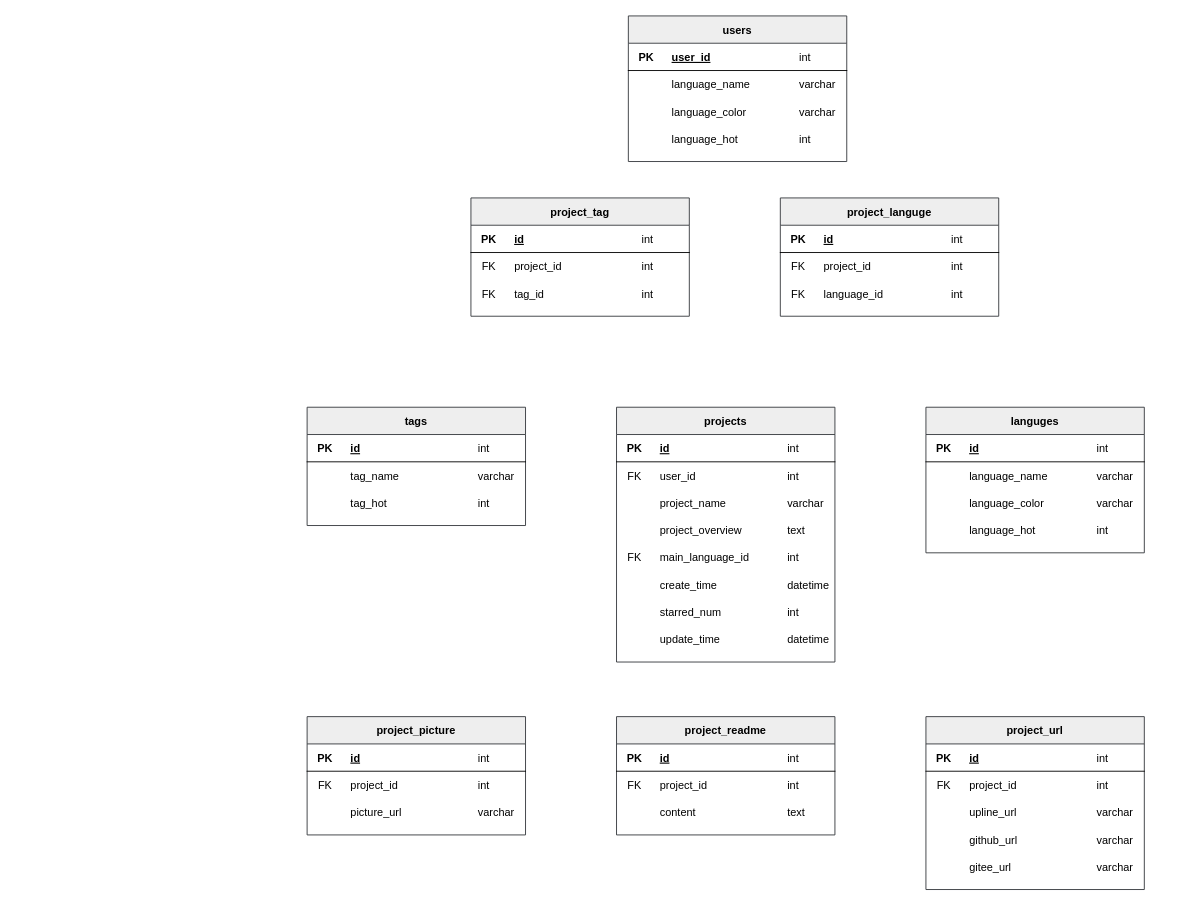
This is E-RDiagram.drawio from zhouxusoft/ProjectDisplayPlatform, a draw.io file, before an edit. Source tidied: cells renumbered, new cells numbered last; positions are measured from the earlier drawing's top-left corner, leaving out a move shared by most shapes. Both pictures are drawn from the tidied source at 91%, with x=0, y=0 at pixel (307, 15).
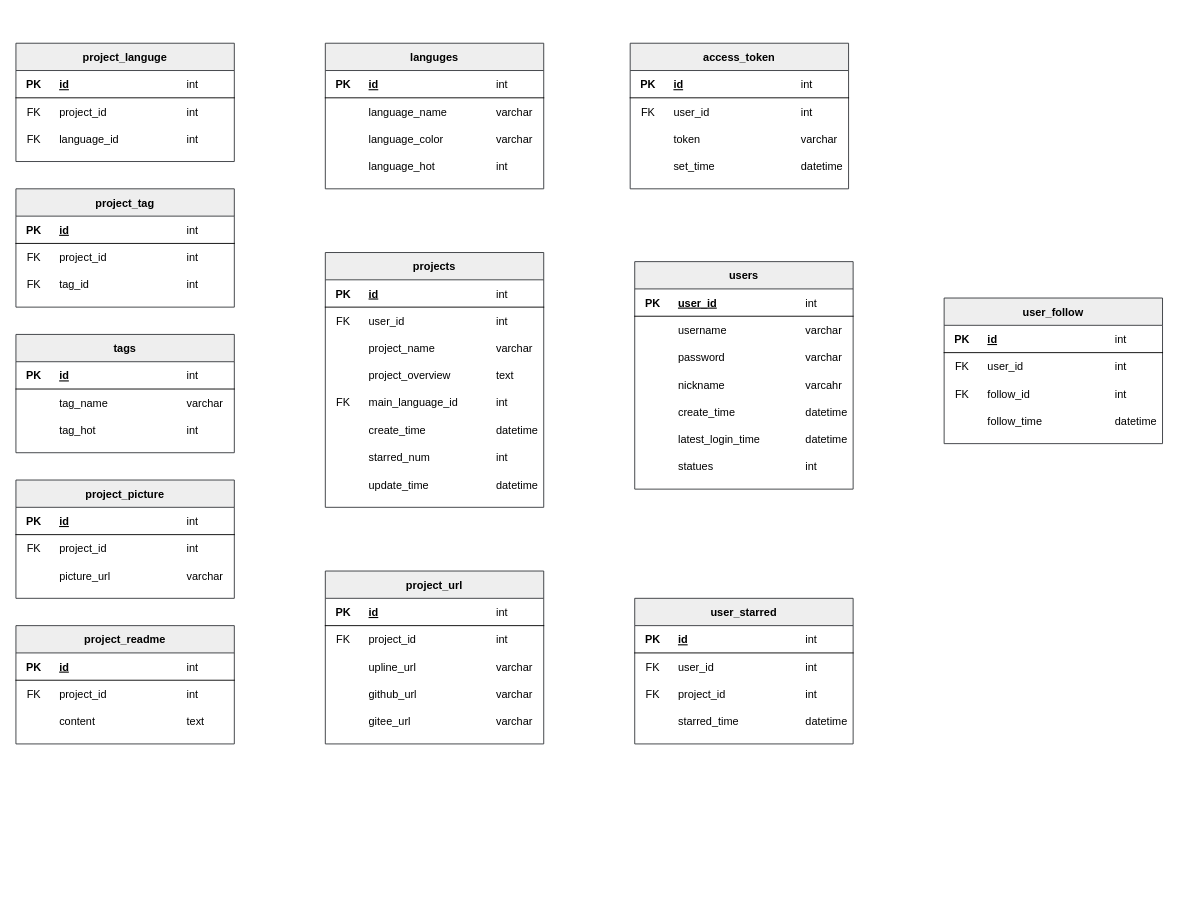
The same diagram, later.

Commit message (it also covers changes not shown here):
新增一张表

The change refers to these unchanged cells:
```xml
<mxCell id="143" style="shape=partialRectangle;fillColor=none;top=0;left=0;right=0;bottom=0;" parent="138" vertex="1">
  <mxGeometry y="60" width="240" height="30" as="geometry" />
</mxCell>
<mxCell id="147" style="shape=partialRectangle;fillColor=none;top=0;left=0;right=0;bottom=0;" parent="138" vertex="1">
  <mxGeometry y="90" width="240" height="30" as="geometry" />
</mxCell>
<mxCell id="151" style="shape=partialRectangle;fillColor=none;top=0;left=0;right=0;bottom=0;" parent="138" vertex="1">
  <mxGeometry y="120" width="240" height="30" as="geometry" />
</mxCell>
```

The edit, as a diff of the source:
```diff
@@
     <mxCell id="2" value="projects" style="shape=table;startSize=30;childLayout=tableLayout;rowLines=0;fontStyle=1;align=center;shadow=0;rounded=0;swimlaneLine=1;columnLines=0;labelBorderColor=none;bottom=1;left=1;right=1;fillStyle=auto;fillColor=#eeeeee;strokeColor=#36393d;" parent="1" vertex="1">
-      <mxGeometry x="340" y="430" width="240" height="280" as="geometry" />
+      <mxGeometry x="20" y="260" width="240" height="280" as="geometry" />
     </mxCell>
@@
     <mxCell id="35" value="tags" style="shape=table;startSize=30;childLayout=tableLayout;rowLines=0;fontStyle=1;align=center;shadow=0;rounded=0;swimlaneLine=1;columnLines=0;labelBorderColor=none;bottom=1;left=1;right=1;fillStyle=auto;fillColor=#eeeeee;strokeColor=#36393d;" parent="1" vertex="1">
-      <mxGeometry y="430" width="240" height="130" as="geometry" />
+      <mxGeometry x="-320" y="350" width="240" height="130" as="geometry" />
     </mxCell>
@@
     <mxCell id="48" value="languges" style="shape=table;startSize=30;childLayout=tableLayout;rowLines=0;fontStyle=1;align=center;shadow=0;rounded=0;swimlaneLine=1;columnLines=0;labelBorderColor=none;bottom=1;left=1;right=1;fillStyle=auto;fillColor=#eeeeee;strokeColor=#36393d;" parent="1" vertex="1">
-      <mxGeometry x="680" y="430" width="240" height="160" as="geometry" />
+      <mxGeometry x="20" y="30" width="240" height="160" as="geometry" />
     </mxCell>
@@
     <mxCell id="65" value="project_tag" style="shape=table;startSize=30;childLayout=tableLayout;rowLines=0;fontStyle=1;align=center;shadow=0;rounded=0;swimlaneLine=1;columnLines=0;labelBorderColor=none;bottom=1;left=1;right=1;fillStyle=auto;fillColor=#eeeeee;strokeColor=#36393d;" parent="1" vertex="1">
-      <mxGeometry x="180" y="200" width="240" height="130" as="geometry" />
+      <mxGeometry x="-320" y="190" width="240" height="130" as="geometry" />
     </mxCell>
@@
     <mxCell id="78" value="project_languge" style="shape=table;startSize=30;childLayout=tableLayout;rowLines=0;fontStyle=1;align=center;shadow=0;rounded=0;swimlaneLine=1;columnLines=0;labelBorderColor=none;bottom=1;left=1;right=1;fillStyle=auto;fillColor=#eeeeee;strokeColor=#36393d;" parent="1" vertex="1">
-      <mxGeometry x="520" y="200" width="240" height="130" as="geometry" />
+      <mxGeometry x="-320" y="30" width="240" height="130" as="geometry" />
     </mxCell>
@@
     <mxCell id="91" value="project_url" style="shape=table;startSize=30;childLayout=tableLayout;rowLines=0;fontStyle=1;align=center;shadow=0;rounded=0;swimlaneLine=1;columnLines=0;labelBorderColor=none;bottom=1;left=1;right=1;fillStyle=auto;fillColor=#eeeeee;strokeColor=#36393d;" parent="1" vertex="1">
-      <mxGeometry x="680" y="770" width="240" height="190" as="geometry" />
+      <mxGeometry x="20" y="610" width="240" height="190" as="geometry" />
     </mxCell>
@@
     <mxCell id="112" value="project_readme" style="shape=table;startSize=30;childLayout=tableLayout;rowLines=0;fontStyle=1;align=center;shadow=0;rounded=0;swimlaneLine=1;columnLines=0;labelBorderColor=none;bottom=1;left=1;right=1;fillStyle=auto;fillColor=#eeeeee;strokeColor=#36393d;" parent="1" vertex="1">
-      <mxGeometry x="340" y="770" width="240" height="130" as="geometry" />
+      <mxGeometry x="-320" y="670" width="240" height="130" as="geometry" />
     </mxCell>
@@
     <mxCell id="125" value="project_picture" style="shape=table;startSize=30;childLayout=tableLayout;rowLines=0;fontStyle=1;align=center;shadow=0;rounded=0;swimlaneLine=1;columnLines=0;labelBorderColor=none;bottom=1;left=1;right=1;fillStyle=auto;fillColor=#eeeeee;strokeColor=#36393d;" parent="1" vertex="1">
-      <mxGeometry y="770" width="240" height="130" as="geometry" />
+      <mxGeometry x="-320" y="510" width="240" height="130" as="geometry" />
     </mxCell>
@@
     <mxCell id="138" value="users" style="shape=table;startSize=30;childLayout=tableLayout;rowLines=0;fontStyle=1;align=center;shadow=0;rounded=0;swimlaneLine=1;columnLines=0;labelBorderColor=none;bottom=1;left=1;right=1;fillStyle=auto;fillColor=#eeeeee;strokeColor=#36393d;" parent="1" vertex="1">
-      <mxGeometry x="353" width="240" height="160" as="geometry" />
+      <mxGeometry x="360" y="270" width="240" height="250" as="geometry" />
     </mxCell>
@@
-    <mxCell id="145" value="language_name" style="shape=partialRectangle;overflow=hidden;fillColor=none;top=0;left=0;bottom=0;right=0;align=left;spacingLeft=6;" parent="143" vertex="1">
+    <mxCell id="145" value="username" style="shape=partialRectangle;overflow=hidden;fillColor=none;top=0;left=0;bottom=0;right=0;align=left;spacingLeft=6;" parent="143" vertex="1">
       <mxGeometry x="40" width="140" height="30" as="geometry" />
     </mxCell>
@@
-    <mxCell id="149" value="language_color" style="shape=partialRectangle;overflow=hidden;fillColor=none;top=0;left=0;bottom=0;right=0;align=left;spacingLeft=6;" parent="147" vertex="1">
+    <mxCell id="149" value="password" style="shape=partialRectangle;overflow=hidden;fillColor=none;top=0;left=0;bottom=0;right=0;align=left;spacingLeft=6;" parent="147" vertex="1">
       <mxGeometry x="40" width="140" height="30" as="geometry" />
     </mxCell>
@@
-    <mxCell id="153" value="language_hot" style="shape=partialRectangle;overflow=hidden;fillColor=none;top=0;left=0;bottom=0;right=0;align=left;spacingLeft=6;" parent="151" vertex="1">
+    <mxCell id="153" value="nickname" style="shape=partialRectangle;overflow=hidden;fillColor=none;top=0;left=0;bottom=0;right=0;align=left;spacingLeft=6;" parent="151" vertex="1">
       <mxGeometry x="40" width="140" height="30" as="geometry" />
     </mxCell>
-    <mxCell id="154" value="int" style="shape=partialRectangle;overflow=hidden;fillColor=none;top=0;left=0;bottom=0;right=0;align=left;spacingLeft=6;dashed=1;" parent="151" vertex="1">
+    <mxCell id="154" value="varcahr" style="shape=partialRectangle;overflow=hidden;fillColor=none;top=0;left=0;bottom=0;right=0;align=left;spacingLeft=6;dashed=1;" parent="151" vertex="1">
       <mxGeometry x="180" width="60" height="30" as="geometry" />
     </mxCell>
+    <mxCell id="155" style="shape=partialRectangle;fillColor=none;top=0;left=0;right=0;bottom=0;" parent="138" vertex="1">
+      <mxGeometry y="150" width="240" height="30" as="geometry" />
+    </mxCell>
+    <mxCell id="156" style="shape=partialRectangle;overflow=hidden;fillColor=none;top=0;left=0;bottom=0;right=0;" parent="155" vertex="1">
+      <mxGeometry width="40" height="30" as="geometry" />
+    </mxCell>
+    <mxCell id="157" value="create_time" style="shape=partialRectangle;overflow=hidden;fillColor=none;top=0;left=0;bottom=0;right=0;align=left;spacingLeft=6;" parent="155" vertex="1">
+      <mxGeometry x="40" width="140" height="30" as="geometry" />
+    </mxCell>
+    <mxCell id="158" value="datetime" style="shape=partialRectangle;overflow=hidden;fillColor=none;top=0;left=0;bottom=0;right=0;align=left;spacingLeft=6;dashed=1;" parent="155" vertex="1">
+      <mxGeometry x="180" width="60" height="30" as="geometry" />
+    </mxCell>
+    <mxCell id="159" style="shape=partialRectangle;fillColor=none;top=0;left=0;right=0;bottom=0;" parent="138" vertex="1">
+      <mxGeometry y="180" width="240" height="30" as="geometry" />
+    </mxCell>
+    <mxCell id="160" style="shape=partialRectangle;overflow=hidden;fillColor=none;top=0;left=0;bottom=0;right=0;" parent="159" vertex="1">
+      <mxGeometry width="40" height="30" as="geometry" />
+    </mxCell>
+    <mxCell id="161" value="latest_login_time" style="shape=partialRectangle;overflow=hidden;fillColor=none;top=0;left=0;bottom=0;right=0;align=left;spacingLeft=6;" parent="159" vertex="1">
+      <mxGeometry x="40" width="140" height="30" as="geometry" />
+    </mxCell>
+    <mxCell id="162" value="datetime" style="shape=partialRectangle;overflow=hidden;fillColor=none;top=0;left=0;bottom=0;right=0;align=left;spacingLeft=6;dashed=1;" parent="159" vertex="1">
+      <mxGeometry x="180" width="60" height="30" as="geometry" />
+    </mxCell>
+    <mxCell id="163" style="shape=partialRectangle;fillColor=none;top=0;left=0;right=0;bottom=0;" parent="138" vertex="1">
+      <mxGeometry y="210" width="240" height="30" as="geometry" />
+    </mxCell>
+    <mxCell id="164" style="shape=partialRectangle;overflow=hidden;fillColor=none;top=0;left=0;bottom=0;right=0;" parent="163" vertex="1">
+      <mxGeometry width="40" height="30" as="geometry" />
+    </mxCell>
+    <mxCell id="165" value="statues" style="shape=partialRectangle;overflow=hidden;fillColor=none;top=0;left=0;bottom=0;right=0;align=left;spacingLeft=6;" parent="163" vertex="1">
+      <mxGeometry x="40" width="140" height="30" as="geometry" />
+    </mxCell>
+    <mxCell id="166" value="int" style="shape=partialRectangle;overflow=hidden;fillColor=none;top=0;left=0;bottom=0;right=0;align=left;spacingLeft=6;dashed=1;" parent="163" vertex="1">
+      <mxGeometry x="180" width="60" height="30" as="geometry" />
+    </mxCell>
+    <mxCell id="167" value="access_token" style="shape=table;startSize=30;childLayout=tableLayout;rowLines=0;fontStyle=1;align=center;shadow=0;rounded=0;swimlaneLine=1;columnLines=0;labelBorderColor=none;bottom=1;left=1;right=1;fillStyle=auto;fillColor=#eeeeee;strokeColor=#36393d;" parent="1" vertex="1">
+      <mxGeometry x="355" y="30" width="240" height="160" as="geometry" />
+    </mxCell>
+    <mxCell id="168" style="shape=partialRectangle;fillColor=none;top=0;left=0;right=0;bottom=1;" parent="167" vertex="1">
+      <mxGeometry y="30" width="240" height="30" as="geometry" />
+    </mxCell>
+    <mxCell id="169" value="PK" style="shape=partialRectangle;overflow=hidden;fillColor=none;top=0;left=0;bottom=0;right=0;fontStyle=1;" parent="168" vertex="1">
+      <mxGeometry width="40" height="30" as="geometry" />
+    </mxCell>
+    <mxCell id="170" value="id" style="shape=partialRectangle;overflow=hidden;fillColor=none;top=0;left=0;bottom=0;right=0;align=left;spacingLeft=6;fontStyle=5;" parent="168" vertex="1">
+      <mxGeometry x="40" width="140" height="30" as="geometry" />
+    </mxCell>
+    <mxCell id="171" value="int" style="shape=partialRectangle;overflow=hidden;fillColor=none;top=0;left=0;bottom=0;right=0;align=left;spacingLeft=6;fontStyle=0;dashed=1;" parent="168" vertex="1">
+      <mxGeometry x="180" width="60" height="30" as="geometry" />
+    </mxCell>
+    <mxCell id="172" style="shape=partialRectangle;fillColor=none;top=0;left=0;right=0;bottom=0;" parent="167" vertex="1">
+      <mxGeometry y="60" width="240" height="30" as="geometry" />
+    </mxCell>
+    <mxCell id="173" value="FK" style="shape=partialRectangle;overflow=hidden;fillColor=none;top=0;left=0;bottom=0;right=0;" parent="172" vertex="1">
+      <mxGeometry width="40" height="30" as="geometry" />
+    </mxCell>
+    <mxCell id="174" value="user_id" style="shape=partialRectangle;overflow=hidden;fillColor=none;top=0;left=0;bottom=0;right=0;align=left;spacingLeft=6;" parent="172" vertex="1">
+      <mxGeometry x="40" width="140" height="30" as="geometry" />
+    </mxCell>
+    <mxCell id="175" value="int" style="shape=partialRectangle;overflow=hidden;fillColor=none;top=0;left=0;bottom=0;right=0;align=left;spacingLeft=6;dashed=1;" parent="172" vertex="1">
+      <mxGeometry x="180" width="60" height="30" as="geometry" />
+    </mxCell>
+    <mxCell id="176" style="shape=partialRectangle;fillColor=none;top=0;left=0;right=0;bottom=0;" parent="167" vertex="1">
+      <mxGeometry y="90" width="240" height="30" as="geometry" />
+    </mxCell>
+    <mxCell id="177" style="shape=partialRectangle;overflow=hidden;fillColor=none;top=0;left=0;bottom=0;right=0;" parent="176" vertex="1">
+      <mxGeometry width="40" height="30" as="geometry" />
+    </mxCell>
+    <mxCell id="178" value="token" style="shape=partialRectangle;overflow=hidden;fillColor=none;top=0;left=0;bottom=0;right=0;align=left;spacingLeft=6;" parent="176" vertex="1">
+      <mxGeometry x="40" width="140" height="30" as="geometry" />
+    </mxCell>
+    <mxCell id="179" value="varchar" style="shape=partialRectangle;overflow=hidden;fillColor=none;top=0;left=0;bottom=0;right=0;align=left;spacingLeft=6;" parent="176" vertex="1">
+      <mxGeometry x="180" width="60" height="30" as="geometry" />
+    </mxCell>
+    <mxCell id="180" style="shape=partialRectangle;fillColor=none;top=0;left=0;right=0;bottom=0;" parent="167" vertex="1">
+      <mxGeometry y="120" width="240" height="30" as="geometry" />
+    </mxCell>
+    <mxCell id="181" style="shape=partialRectangle;overflow=hidden;fillColor=none;top=0;left=0;bottom=0;right=0;" parent="180" vertex="1">
+      <mxGeometry width="40" height="30" as="geometry" />
+    </mxCell>
+    <mxCell id="182" value="set_time" style="shape=partialRectangle;overflow=hidden;fillColor=none;top=0;left=0;bottom=0;right=0;align=left;spacingLeft=6;" parent="180" vertex="1">
+      <mxGeometry x="40" width="140" height="30" as="geometry" />
+    </mxCell>
+    <mxCell id="183" value="datetime" style="shape=partialRectangle;overflow=hidden;fillColor=none;top=0;left=0;bottom=0;right=0;align=left;spacingLeft=6;dashed=1;" parent="180" vertex="1">
+      <mxGeometry x="180" width="60" height="30" as="geometry" />
+    </mxCell>
+    <mxCell id="184" value="user_follow" style="shape=table;startSize=30;childLayout=tableLayout;rowLines=0;fontStyle=1;align=center;shadow=0;rounded=0;swimlaneLine=1;columnLines=0;labelBorderColor=none;bottom=1;left=1;right=1;fillStyle=auto;fillColor=#eeeeee;strokeColor=#36393d;" parent="1" vertex="1">
+      <mxGeometry x="700" y="310" width="240" height="160" as="geometry" />
+    </mxCell>
+    <mxCell id="185" style="shape=partialRectangle;fillColor=none;top=0;left=0;right=0;bottom=1;" parent="184" vertex="1">
+      <mxGeometry y="30" width="240" height="30" as="geometry" />
+    </mxCell>
+    <mxCell id="186" value="PK" style="shape=partialRectangle;overflow=hidden;fillColor=none;top=0;left=0;bottom=0;right=0;fontStyle=1;" parent="185" vertex="1">
+      <mxGeometry width="40" height="30" as="geometry" />
+    </mxCell>
+    <mxCell id="187" value="id" style="shape=partialRectangle;overflow=hidden;fillColor=none;top=0;left=0;bottom=0;right=0;align=left;spacingLeft=6;fontStyle=5;" parent="185" vertex="1">
+      <mxGeometry x="40" width="140" height="30" as="geometry" />
+    </mxCell>
+    <mxCell id="188" value="int" style="shape=partialRectangle;overflow=hidden;fillColor=none;top=0;left=0;bottom=0;right=0;align=left;spacingLeft=6;fontStyle=0;dashed=1;" parent="185" vertex="1">
+      <mxGeometry x="180" width="60" height="30" as="geometry" />
+    </mxCell>
+    <mxCell id="189" style="shape=partialRectangle;fillColor=none;top=0;left=0;right=0;bottom=0;" parent="184" vertex="1">
+      <mxGeometry y="60" width="240" height="30" as="geometry" />
+    </mxCell>
+    <mxCell id="190" value="FK" style="shape=partialRectangle;overflow=hidden;fillColor=none;top=0;left=0;bottom=0;right=0;" parent="189" vertex="1">
+      <mxGeometry width="40" height="30" as="geometry" />
+    </mxCell>
+    <mxCell id="191" value="user_id" style="shape=partialRectangle;overflow=hidden;fillColor=none;top=0;left=0;bottom=0;right=0;align=left;spacingLeft=6;" parent="189" vertex="1">
+      <mxGeometry x="40" width="140" height="30" as="geometry" />
+    </mxCell>
+    <mxCell id="192" value="int" style="shape=partialRectangle;overflow=hidden;fillColor=none;top=0;left=0;bottom=0;right=0;align=left;spacingLeft=6;dashed=1;" parent="189" vertex="1">
+      <mxGeometry x="180" width="60" height="30" as="geometry" />
+    </mxCell>
+    <mxCell id="193" style="shape=partialRectangle;fillColor=none;top=0;left=0;right=0;bottom=0;" parent="184" vertex="1">
+      <mxGeometry y="90" width="240" height="30" as="geometry" />
+    </mxCell>
+    <mxCell id="194" value="FK" style="shape=partialRectangle;overflow=hidden;fillColor=none;top=0;left=0;bottom=0;right=0;" parent="193" vertex="1">
+      <mxGeometry width="40" height="30" as="geometry" />
+    </mxCell>
+    <mxCell id="195" value="follow_id" style="shape=partialRectangle;overflow=hidden;fillColor=none;top=0;left=0;bottom=0;right=0;align=left;spacingLeft=6;" parent="193" vertex="1">
+      <mxGeometry x="40" width="140" height="30" as="geometry" />
+    </mxCell>
+    <mxCell id="196" value="int" style="shape=partialRectangle;overflow=hidden;fillColor=none;top=0;left=0;bottom=0;right=0;align=left;spacingLeft=6;" parent="193" vertex="1">
+      <mxGeometry x="180" width="60" height="30" as="geometry" />
+    </mxCell>
+    <mxCell id="197" style="shape=partialRectangle;fillColor=none;top=0;left=0;right=0;bottom=0;" parent="184" vertex="1">
+      <mxGeometry y="120" width="240" height="30" as="geometry" />
+    </mxCell>
+    <mxCell id="198" style="shape=partialRectangle;overflow=hidden;fillColor=none;top=0;left=0;bottom=0;right=0;" parent="197" vertex="1">
+      <mxGeometry width="40" height="30" as="geometry" />
+    </mxCell>
+    <mxCell id="199" value="follow_time" style="shape=partialRectangle;overflow=hidden;fillColor=none;top=0;left=0;bottom=0;right=0;align=left;spacingLeft=6;" parent="197" vertex="1">
+      <mxGeometry x="40" width="140" height="30" as="geometry" />
+    </mxCell>
+    <mxCell id="200" value="datetime" style="shape=partialRectangle;overflow=hidden;fillColor=none;top=0;left=0;bottom=0;right=0;align=left;spacingLeft=6;dashed=1;" parent="197" vertex="1">
+      <mxGeometry x="180" width="60" height="30" as="geometry" />
+    </mxCell>
+    <mxCell id="201" value="user_starred" style="shape=table;startSize=30;childLayout=tableLayout;rowLines=0;fontStyle=1;align=center;shadow=0;rounded=0;swimlaneLine=1;columnLines=0;labelBorderColor=none;bottom=1;left=1;right=1;fillStyle=auto;fillColor=#eeeeee;strokeColor=#36393d;" parent="1" vertex="1">
+      <mxGeometry x="360" y="640" width="240" height="160" as="geometry" />
+    </mxCell>
+    <mxCell id="202" style="shape=partialRectangle;fillColor=none;top=0;left=0;right=0;bottom=1;" parent="201" vertex="1">
+      <mxGeometry y="30" width="240" height="30" as="geometry" />
+    </mxCell>
+    <mxCell id="203" value="PK" style="shape=partialRectangle;overflow=hidden;fillColor=none;top=0;left=0;bottom=0;right=0;fontStyle=1;" parent="202" vertex="1">
+      <mxGeometry width="40" height="30" as="geometry" />
+    </mxCell>
+    <mxCell id="204" value="id" style="shape=partialRectangle;overflow=hidden;fillColor=none;top=0;left=0;bottom=0;right=0;align=left;spacingLeft=6;fontStyle=5;" parent="202" vertex="1">
+      <mxGeometry x="40" width="140" height="30" as="geometry" />
+    </mxCell>
+    <mxCell id="205" value="int" style="shape=partialRectangle;overflow=hidden;fillColor=none;top=0;left=0;bottom=0;right=0;align=left;spacingLeft=6;fontStyle=0;dashed=1;" parent="202" vertex="1">
+      <mxGeometry x="180" width="60" height="30" as="geometry" />
+    </mxCell>
+    <mxCell id="206" style="shape=partialRectangle;fillColor=none;top=0;left=0;right=0;bottom=0;" parent="201" vertex="1">
+      <mxGeometry y="60" width="240" height="30" as="geometry" />
+    </mxCell>
+    <mxCell id="207" value="FK" style="shape=partialRectangle;overflow=hidden;fillColor=none;top=0;left=0;bottom=0;right=0;" parent="206" vertex="1">
+      <mxGeometry width="40" height="30" as="geometry" />
+    </mxCell>
+    <mxCell id="208" value="user_id" style="shape=partialRectangle;overflow=hidden;fillColor=none;top=0;left=0;bottom=0;right=0;align=left;spacingLeft=6;" parent="206" vertex="1">
+      <mxGeometry x="40" width="140" height="30" as="geometry" />
+    </mxCell>
+    <mxCell id="209" value="int" style="shape=partialRectangle;overflow=hidden;fillColor=none;top=0;left=0;bottom=0;right=0;align=left;spacingLeft=6;dashed=1;" parent="206" vertex="1">
+      <mxGeometry x="180" width="60" height="30" as="geometry" />
+    </mxCell>
+    <mxCell id="210" style="shape=partialRectangle;fillColor=none;top=0;left=0;right=0;bottom=0;" parent="201" vertex="1">
+      <mxGeometry y="90" width="240" height="30" as="geometry" />
+    </mxCell>
+    <mxCell id="211" value="FK" style="shape=partialRectangle;overflow=hidden;fillColor=none;top=0;left=0;bottom=0;right=0;" parent="210" vertex="1">
+      <mxGeometry width="40" height="30" as="geometry" />
+    </mxCell>
+    <mxCell id="212" value="project_id" style="shape=partialRectangle;overflow=hidden;fillColor=none;top=0;left=0;bottom=0;right=0;align=left;spacingLeft=6;" parent="210" vertex="1">
+      <mxGeometry x="40" width="140" height="30" as="geometry" />
+    </mxCell>
+    <mxCell id="213" value="int" style="shape=partialRectangle;overflow=hidden;fillColor=none;top=0;left=0;bottom=0;right=0;align=left;spacingLeft=6;" parent="210" vertex="1">
+      <mxGeometry x="180" width="60" height="30" as="geometry" />
+    </mxCell>
+    <mxCell id="214" style="shape=partialRectangle;fillColor=none;top=0;left=0;right=0;bottom=0;" parent="201" vertex="1">
+      <mxGeometry y="120" width="240" height="30" as="geometry" />
+    </mxCell>
+    <mxCell id="215" style="shape=partialRectangle;overflow=hidden;fillColor=none;top=0;left=0;bottom=0;right=0;" parent="214" vertex="1">
+      <mxGeometry width="40" height="30" as="geometry" />
+    </mxCell>
+    <mxCell id="216" value="starred_time" style="shape=partialRectangle;overflow=hidden;fillColor=none;top=0;left=0;bottom=0;right=0;align=left;spacingLeft=6;" parent="214" vertex="1">
+      <mxGeometry x="40" width="140" height="30" as="geometry" />
+    </mxCell>
+    <mxCell id="217" value="datetime" style="shape=partialRectangle;overflow=hidden;fillColor=none;top=0;left=0;bottom=0;right=0;align=left;spacingLeft=6;dashed=1;" parent="214" vertex="1">
+      <mxGeometry x="180" width="60" height="30" as="geometry" />
+    </mxCell>
```
